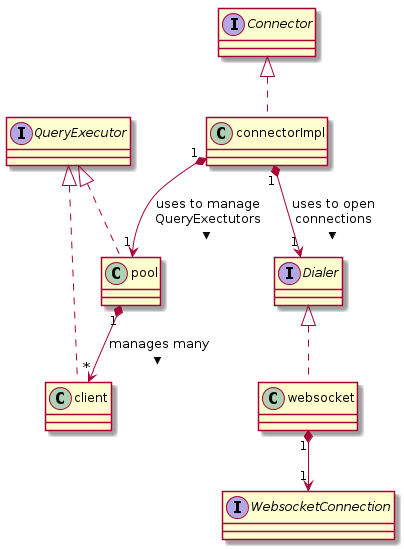
Before: _doc/elements.png, a diagram exported from PlantUML (schwartzmx/gremtune).
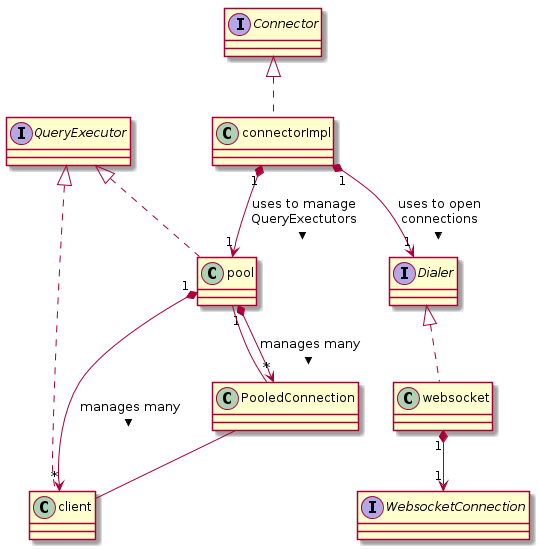
The same file after the commit.

Change to the diagram source:
```diff
@@ -13,6 +13,8 @@
 connectorImpl "1" *--> "1" pool: uses to manage\nQueryExectutors >
 websocket "1" *--> "1" WebsocketConnection
 Connector <|..connectorImpl
-
+pool "1" *--> "*" PooledConnection : manages many >
+PooledConnection -- client
+PooledConnection -- pool
 
 @enduml
```
